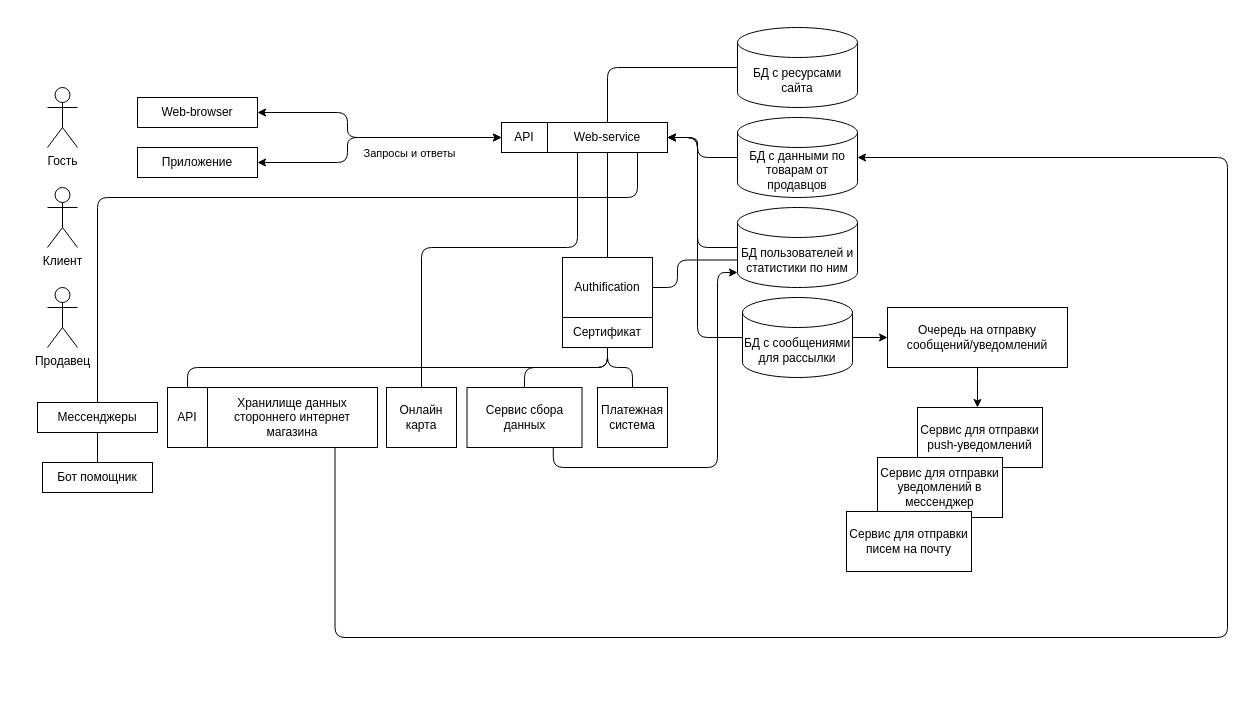
Before: Диаграмма компонентов.drawio in IlyaSannikow/e-catalog.ru, a draw.io diagram. Source tidied: cells renumbered, new cells numbered last; positions are measured from the earlier drawing's top-left corner, leaving out a move shared by most shapes. Both pictures are drawn from the tidied source at 100%, with x=0, y=0 at pixel (37, 27).
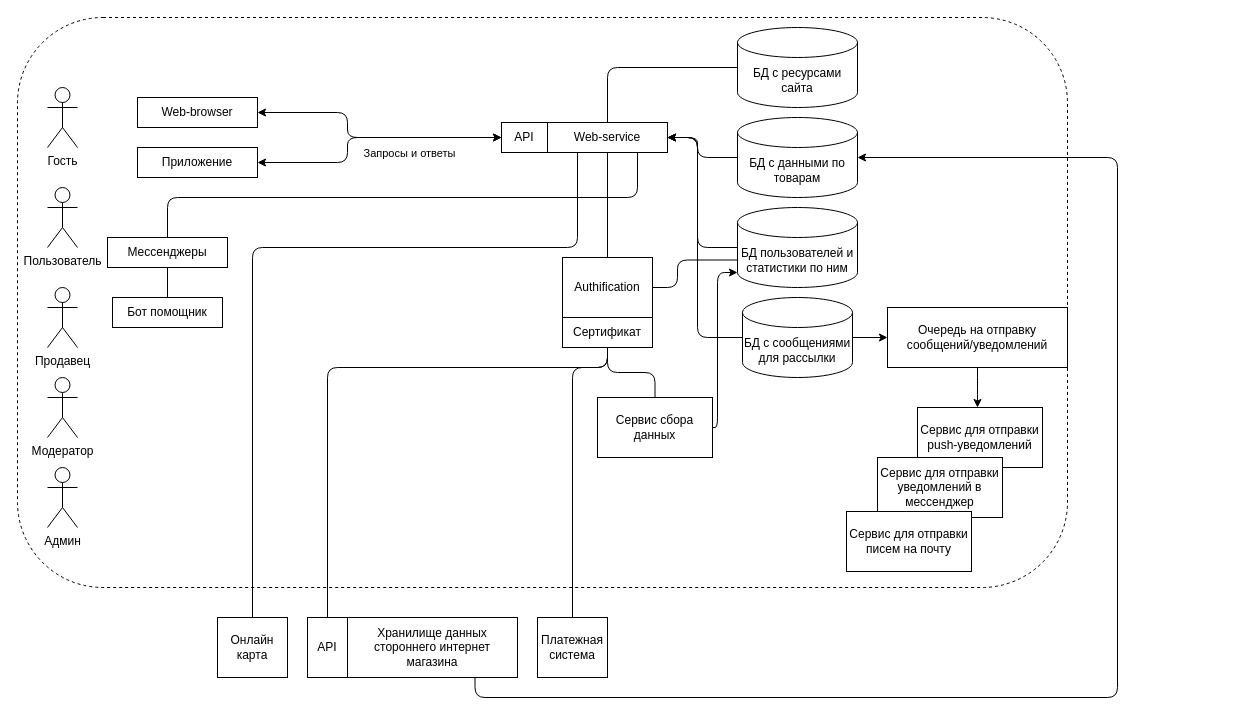
After the change.

The change refers to these unchanged cells:
```xml
<mxCell id="10" value="Web-service" style="rounded=0;whiteSpace=wrap;html=1;" parent="1" vertex="1">
  <mxGeometry x="510" y="95" width="120" height="30" as="geometry" />
</mxCell>
<mxCell id="16" value="БД пользователей и статистики по ним" style="shape=cylinder3;whiteSpace=wrap;html=1;boundedLbl=1;backgroundOutline=1;size=15;" parent="1" vertex="1">
  <mxGeometry x="700" y="180" width="120" height="80" as="geometry" />
</mxCell>
<mxCell id="34" value="Сертификат" style="rounded=0;whiteSpace=wrap;html=1;" parent="1" vertex="1">
  <mxGeometry x="525" y="290" width="90" height="30" as="geometry" />
</mxCell>
```

The edit, as a diff of the source:
```diff
@@
+    <mxCell id="45" style="rounded=1;whiteSpace=wrap;html=1;fillColor=none;dashed=1;" parent="1" vertex="1">
+      <mxGeometry x="-20" y="-10" width="1050" height="570" as="geometry" />
+    </mxCell>
@@
-    <mxCell id="3" value="Клиент" style="shape=umlActor;verticalLabelPosition=bottom;verticalAlign=top;html=1;" parent="1" vertex="1">
+    <mxCell id="3" value="Пользователь" style="shape=umlActor;verticalLabelPosition=bottom;verticalAlign=top;html=1;" parent="1" vertex="1">
       <mxGeometry x="10" y="160" width="30" height="60" as="geometry" />
     </mxCell>
@@
     <mxCell id="9" style="edgeStyle=orthogonalEdgeStyle;rounded=1;jettySize=auto;html=1;exitX=0.75;exitY=1;exitDx=0;exitDy=0;entryX=0.5;entryY=0;entryDx=0;entryDy=0;endArrow=none;endFill=0;" parent="1" edge="1" source="10" target="25">
       <mxGeometry relative="1" as="geometry">
         <Array as="points">
           <mxPoint x="600" y="170" />
-          <mxPoint x="60" y="170" />
+          <mxPoint x="130" y="170" />
         </Array>
       </mxGeometry>
     </mxCell>
@@
-    <mxCell id="15" value="БД с данными по товарам от продавцов" style="shape=cylinder3;whiteSpace=wrap;html=1;boundedLbl=1;backgroundOutline=1;size=15;" parent="1" vertex="1">
+    <mxCell id="15" value="БД с данными по товарам" style="shape=cylinder3;whiteSpace=wrap;html=1;boundedLbl=1;backgroundOutline=1;size=15;" parent="1" vertex="1">
       <mxGeometry x="700" y="90" width="120" height="80" as="geometry" />
     </mxCell>
@@
     <mxCell id="19" value="Платежная система" style="rounded=0;whiteSpace=wrap;html=1;" parent="1" vertex="1">
-      <mxGeometry x="560" y="360" width="70" height="60" as="geometry" />
+      <mxGeometry x="500" y="590" width="70" height="60" as="geometry" />
     </mxCell>
     <mxCell id="20" value="API" style="rounded=0;whiteSpace=wrap;html=1;" parent="1" vertex="1">
-      <mxGeometry x="130" y="360" width="40" height="60" as="geometry" />
+      <mxGeometry x="270" y="590" width="40" height="60" as="geometry" />
     </mxCell>
     <mxCell id="21" value="Хранилище данных стороннего интернет магазина" style="rounded=0;whiteSpace=wrap;html=1;" parent="1" vertex="1">
-      <mxGeometry x="170" y="360" width="170" height="60" as="geometry" />
+      <mxGeometry x="310" y="590" width="170" height="60" as="geometry" />
     </mxCell>
@@
     <mxCell id="24" style="edgeStyle=orthogonalEdgeStyle;rounded=1;jettySize=auto;html=1;exitX=0.5;exitY=1;exitDx=0;exitDy=0;entryX=0.5;entryY=0;entryDx=0;entryDy=0;endArrow=none;endFill=0;" parent="1" edge="1" source="25" target="26">
       <mxGeometry relative="1" as="geometry">
         <Array as="points">
-          <mxPoint x="60" y="450" />
+          <mxPoint x="130" y="285" />
         </Array>
       </mxGeometry>
     </mxCell>
     <mxCell id="25" value="Мессенджеры" style="rounded=0;whiteSpace=wrap;html=1;" parent="1" vertex="1">
-      <mxGeometry y="375" width="120" height="30" as="geometry" />
+      <mxGeometry x="70" y="210" width="120" height="30" as="geometry" />
     </mxCell>
     <mxCell id="26" value="Бот помощник" style="rounded=0;whiteSpace=wrap;html=1;" parent="1" vertex="1">
-      <mxGeometry x="5" y="435" width="110" height="30" as="geometry" />
+      <mxGeometry x="75" y="270" width="110" height="30" as="geometry" />
     </mxCell>
@@
     <mxCell id="32" style="edgeStyle=orthogonalEdgeStyle;rounded=1;jettySize=auto;html=1;exitX=0.5;exitY=1;exitDx=0;exitDy=0;entryX=0.5;entryY=0;entryDx=0;entryDy=0;endArrow=none;endFill=0;" parent="1" edge="1" source="34" target="19">
-      <mxGeometry relative="1" as="geometry" />
+      <mxGeometry relative="1" as="geometry">
+        <Array as="points">
+          <mxPoint x="570" y="340" />
+          <mxPoint x="535" y="340" />
+        </Array>
+      </mxGeometry>
     </mxCell>
-    <mxCell id="33" style="edgeStyle=orthogonalEdgeStyle;rounded=1;jettySize=auto;html=1;exitX=0.5;exitY=1;exitDx=0;exitDy=0;entryX=0.5;entryY=0;entryDx=0;entryDy=0;endArrow=none;endFill=0;" parent="1" edge="1" source="34" target="20">
-      <mxGeometry relative="1" as="geometry" />
+    <mxCell id="33" style="edgeStyle=orthogonalEdgeStyle;rounded=1;jettySize=auto;html=1;exitX=0.5;exitY=1;exitDx=0;exitDy=0;endArrow=none;endFill=0;entryX=0.5;entryY=0;entryDx=0;entryDy=0;" parent="1" edge="1" source="34" target="20">
+      <mxGeometry relative="1" as="geometry">
+        <Array as="points">
+          <mxPoint x="570" y="340" />
+          <mxPoint x="290" y="340" />
+        </Array>
+      </mxGeometry>
     </mxCell>
@@
     <mxCell id="36" value="Сервис сбора данных" style="rounded=0;whiteSpace=wrap;html=1;" parent="1" vertex="1">
-      <mxGeometry x="429.5" y="360" width="115" height="60" as="geometry" />
+      <mxGeometry x="560" y="370" width="115" height="60" as="geometry" />
     </mxCell>
@@
-    <mxCell id="38" style="edgeStyle=orthogonalEdgeStyle;rounded=1;jettySize=auto;html=1;exitX=0.75;exitY=1;exitDx=0;exitDy=0;entryX=0;entryY=1;entryDx=0;entryDy=-15;entryPerimeter=0;" parent="1" edge="1" source="36" target="16">
+    <mxCell id="38" style="edgeStyle=orthogonalEdgeStyle;rounded=1;jettySize=auto;html=1;exitX=1;exitY=0.5;exitDx=0;exitDy=0;entryX=0;entryY=1;entryDx=0;entryDy=-15;entryPerimeter=0;" parent="1" edge="1" source="36" target="16">
       <mxGeometry relative="1" as="geometry">
         <Array as="points">
-          <mxPoint x="516" y="440" />
-          <mxPoint x="680" y="440" />
+          <mxPoint x="680" y="400" />
           <mxPoint x="680" y="245" />
         </Array>
       </mxGeometry>
     </mxCell>
     <mxCell id="39" value="Онлайн карта" style="rounded=0;whiteSpace=wrap;html=1;" parent="1" vertex="1">
-      <mxGeometry x="349" y="360" width="70" height="60" as="geometry" />
+      <mxGeometry x="180" y="590" width="70" height="60" as="geometry" />
     </mxCell>
     <mxCell id="40" style="edgeStyle=orthogonalEdgeStyle;rounded=1;jettySize=auto;html=1;exitX=0.75;exitY=1;exitDx=0;exitDy=0;entryX=1;entryY=0.5;entryDx=0;entryDy=0;entryPerimeter=0;" parent="1" edge="1" source="21" target="15">
       <mxGeometry relative="1" as="geometry">
         <Array as="points">
-          <mxPoint x="298" y="610" />
-          <mxPoint x="1190" y="610" />
-          <mxPoint x="1190" y="130" />
+          <mxPoint x="438" y="670" />
+          <mxPoint x="1080" y="670" />
+          <mxPoint x="1080" y="130" />
         </Array>
       </mxGeometry>
     </mxCell>
     <mxCell id="41" style="edgeStyle=orthogonalEdgeStyle;rounded=1;jettySize=auto;html=1;exitX=0.5;exitY=0;exitDx=0;exitDy=0;entryX=0.25;entryY=1;entryDx=0;entryDy=0;endArrow=none;endFill=0;" parent="1" edge="1" source="39" target="10">
       <mxGeometry relative="1" as="geometry">
         <Array as="points">
-          <mxPoint x="384" y="220" />
+          <mxPoint x="215" y="220" />
           <mxPoint x="540" y="220" />
         </Array>
       </mxGeometry>
     </mxCell>
@@
+    <mxCell id="46" value="Модератор" style="shape=umlActor;verticalLabelPosition=bottom;verticalAlign=top;html=1;" parent="1" vertex="1">
+      <mxGeometry x="10" y="350" width="30" height="60" as="geometry" />
+    </mxCell>
+    <mxCell id="47" value="Админ" style="shape=umlActor;verticalLabelPosition=bottom;verticalAlign=top;html=1;" parent="1" vertex="1">
+      <mxGeometry x="10" y="440" width="30" height="60" as="geometry" />
+    </mxCell>
```
